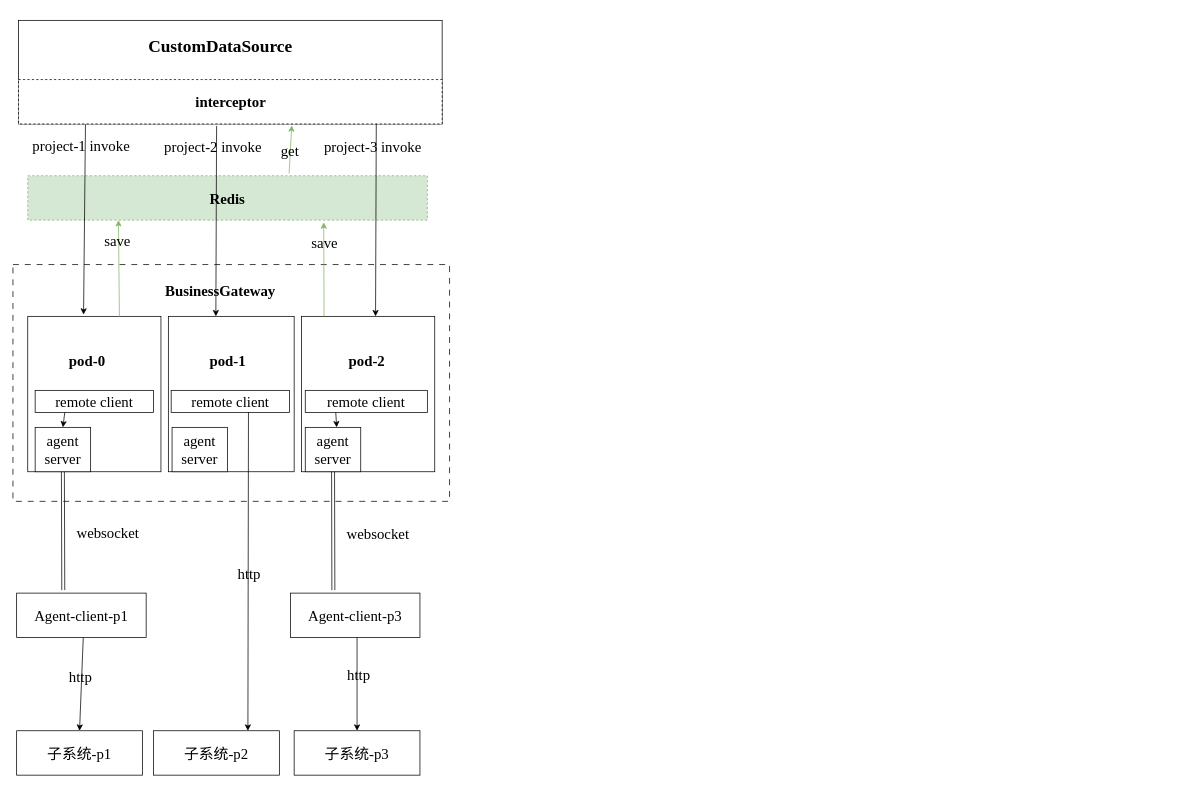
Earlier version of the draw.io diagram 数据源内网方案详细技术流程图.drawio (876192453/draw). Source tidied: cells renumbered, new cells numbered last; positions are measured from the earlier drawing's top-left corner, leaving out a move shared by most shapes. Both pictures are drawn from the tidied source at 74%, with x=0, y=0 at pixel (13, 13).
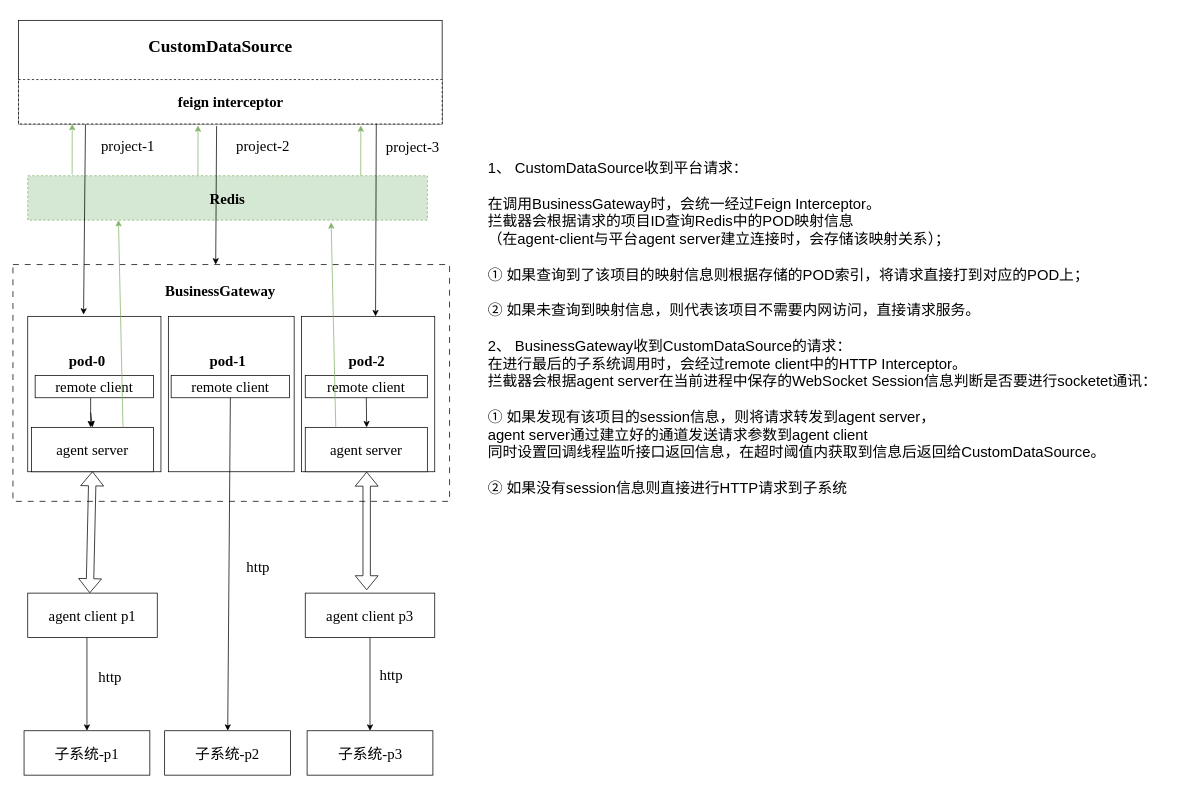
Above is the later version.

Commit message (it also covers changes not shown here):
更新数据源内网方案详细技术流程图.drawio

The change refers to these unchanged cells:
```xml
<mxCell id="5" style="rounded=0;whiteSpace=wrap;html=1;hachureGap=4;fontFamily=Garamond;fontSize=20;labelBorderColor=#B3B3B3;labelBackgroundColor=none;" parent="1" vertex="1">
  <mxGeometry x="20" y="410" width="180" height="210" as="geometry" />
</mxCell>
<mxCell id="6" value="&lt;h3&gt;&lt;font style=&quot;font-size: 20px;&quot;&gt;Redis&lt;/font&gt;&lt;/h3&gt;" style="rounded=0;whiteSpace=wrap;html=1;hachureGap=4;fontFamily=Garamond;fontSize=20;labelBorderColor=none;dashed=1;labelBackgroundColor=none;fillColor=#d5e8d4;strokeColor=#82b366;" parent="1" vertex="1">
  <mxGeometry x="20" y="220" width="540" height="60" as="geometry" />
</mxCell>
<mxCell id="9" style="endArrow=classic;html=1;rounded=0;hachureGap=4;fontFamily=Garamond;fontSize=16;entryX=0.419;entryY=-0.011;entryDx=0;entryDy=0;exitX=0.175;exitY=1.014;exitDx=0;exitDy=0;exitPerimeter=0;entryPerimeter=0;labelBackgroundColor=none;fontColor=default;" parent="1" edge="1" target="5">
  <mxGeometry relative="1" as="geometry">
    <mxPoint x="98" y="150.8" as="sourcePoint" />
  </mxGeometry>
</mxCell>
<mxCell id="46" style="endArrow=classic;html=1;rounded=0;hachureGap=4;fontFamily=Garamond;fontSize=16;exitX=0.175;exitY=1.014;exitDx=0;exitDy=0;exitPerimeter=0;labelBackgroundColor=none;fontColor=default;" parent="1" edge="1">
  <mxGeometry relative="1" as="geometry">
    <mxPoint x="491" y="150" as="sourcePoint" />
    <mxPoint x="490" y="410" as="targetPoint" />
  </mxGeometry>
</mxCell>
```

Change to the diagram source:
```diff
@@
-    <mxCell id="8" value="Agent-client-p1" style="rounded=0;whiteSpace=wrap;html=1;hachureGap=4;fontFamily=Garamond;fontSize=20;labelBackgroundColor=none;" parent="1" vertex="1">
-      <mxGeometry x="5" y="784" width="175" height="60" as="geometry" />
+    <mxCell id="8" value="agent client p1" style="rounded=0;whiteSpace=wrap;html=1;hachureGap=4;fontFamily=Garamond;fontSize=20;labelBackgroundColor=none;" parent="1" vertex="1">
+      <mxGeometry x="20" y="784" width="175" height="60" as="geometry" />
     </mxCell>
@@
-    <mxCell id="10" value="project-1 invoke" style="edgeLabel;html=1;align=center;verticalAlign=middle;fontSize=20;fontFamily=Garamond;rounded=0;labelBackgroundColor=none;" parent="9" vertex="1">
+    <mxCell id="10" value="project-1" style="edgeLabel;html=1;align=center;verticalAlign=middle;fontSize=20;fontFamily=Garamond;rounded=0;labelBackgroundColor=none;" parent="9" vertex="1">
       <mxGeometry x="-0.12" y="1" relative="1" as="geometry">
-        <mxPoint x="-6" y="-85" as="offset" />
+        <mxPoint x="57" y="-85" as="offset" />
       </mxGeometry>
     </mxCell>
     <mxCell id="11" value="agent server" style="rounded=0;whiteSpace=wrap;html=1;hachureGap=4;fontFamily=Garamond;fontSize=20;labelBackgroundColor=none;" parent="1" vertex="1">
-      <mxGeometry x="30" y="560" width="75" height="60" as="geometry" />
+      <mxGeometry x="25" y="560" width="165" height="60" as="geometry" />
     </mxCell>
+    <mxCell id="49" style="edgeStyle=orthogonalEdgeStyle;rounded=0;jettySize=auto;html=1;" parent="1" edge="1" source="12" target="11">
+      <mxGeometry relative="1" as="geometry">
+        <Array as="points">
+          <mxPoint x="105" y="530" />
+          <mxPoint x="105" y="530" />
+        </Array>
+      </mxGeometry>
+    </mxCell>
     <mxCell id="12" value="remote client" style="rounded=0;whiteSpace=wrap;html=1;hachureGap=4;fontFamily=Garamond;fontSize=20;labelBackgroundColor=none;" parent="1" vertex="1">
-      <mxGeometry x="30" y="510" width="160" height="30" as="geometry" />
+      <mxGeometry x="30" y="490" width="160" height="30" as="geometry" />
     </mxCell>
-    <mxCell id="13" value="agent server" style="rounded=0;whiteSpace=wrap;html=1;hachureGap=4;fontFamily=Garamond;fontSize=20;labelBackgroundColor=none;" parent="1" vertex="1">
-      <mxGeometry x="215" y="560" width="75" height="60" as="geometry" />
-    </mxCell>
     <mxCell id="14" value="remote client" style="rounded=0;whiteSpace=wrap;html=1;hachureGap=4;fontFamily=Garamond;fontSize=20;labelBackgroundColor=none;" parent="1" vertex="1">
-      <mxGeometry x="213.8" y="510" width="160" height="30" as="geometry" />
+      <mxGeometry x="213.8" y="490" width="160" height="30" as="geometry" />
     </mxCell>
     <mxCell id="15" value="agent server" style="rounded=0;whiteSpace=wrap;html=1;hachureGap=4;fontFamily=Garamond;fontSize=20;labelBackgroundColor=none;" parent="1" vertex="1">
-      <mxGeometry x="395" y="560" width="75" height="60" as="geometry" />
+      <mxGeometry x="395" y="560" width="165" height="60" as="geometry" />
     </mxCell>
     <mxCell id="16" value="remote client" style="rounded=0;whiteSpace=wrap;html=1;hachureGap=4;fontFamily=Garamond;fontSize=20;labelBackgroundColor=none;" parent="1" vertex="1">
-      <mxGeometry x="395" y="510" width="165" height="30" as="geometry" />
+      <mxGeometry x="395" y="490" width="165" height="30" as="geometry" />
     </mxCell>
-    <mxCell id="17" value="Agent-client-p3" style="rounded=0;whiteSpace=wrap;html=1;hachureGap=4;fontFamily=Garamond;fontSize=20;labelBackgroundColor=none;" parent="1" vertex="1">
-      <mxGeometry x="375" y="784" width="175" height="60" as="geometry" />
+    <mxCell id="17" value="agent client p3" style="rounded=0;whiteSpace=wrap;html=1;hachureGap=4;fontFamily=Garamond;fontSize=20;labelBackgroundColor=none;" parent="1" vertex="1">
+      <mxGeometry x="395" y="784" width="175" height="60" as="geometry" />
     </mxCell>
-    <mxCell id="18" style="endArrow=classic;startArrow=classic;html=1;rounded=0;hachureGap=4;fontFamily=Garamond;fontSize=16;entryX=0.5;entryY=1;entryDx=0;entryDy=0;labelBackgroundColor=none;fontColor=default;shape=link;" parent="1" edge="1" target="11">
+    <mxCell id="18" style="endArrow=classic;startArrow=classic;html=1;rounded=0;hachureGap=4;fontFamily=Garamond;fontSize=16;entryX=0.5;entryY=0.992;entryDx=0;entryDy=0;labelBackgroundColor=none;fontColor=default;shape=flexArrow;entryPerimeter=0;" parent="1" edge="1" target="11">
       <mxGeometry relative="1" as="geometry">
-        <mxPoint x="68" y="780" as="sourcePoint" />
+        <mxPoint x="103.8" y="784" as="sourcePoint" />
       </mxGeometry>
     </mxCell>
-    <mxCell id="19" value="websocket" style="edgeLabel;html=1;align=center;verticalAlign=middle;fontSize=20;fontFamily=Garamond;rounded=0;labelBackgroundColor=none;" parent="18" vertex="1">
-      <mxGeometry x="-0.01" y="2" relative="1" as="geometry">
-        <mxPoint x="62" as="offset" />
-      </mxGeometry>
-    </mxCell>
-    <mxCell id="20" style="endArrow=classic;startArrow=classic;html=1;rounded=0;hachureGap=4;fontFamily=Garamond;fontSize=16;labelBackgroundColor=none;fontColor=default;shape=link;" parent="1" edge="1" target="15">
+    <mxCell id="20" style="endArrow=classic;startArrow=classic;html=1;rounded=0;hachureGap=4;fontFamily=Garamond;fontSize=16;labelBackgroundColor=none;fontColor=default;shape=flexArrow;" parent="1" edge="1">
       <mxGeometry relative="1" as="geometry">
-        <mxPoint x="433" y="780" as="sourcePoint" />
+        <mxPoint x="478" y="780" as="sourcePoint" />
+        <mxPoint x="478" y="620" as="targetPoint" />
       </mxGeometry>
     </mxCell>
-    <mxCell id="21" value="websocket" style="edgeLabel;html=1;align=center;verticalAlign=middle;fontSize=20;fontFamily=Garamond;rounded=0;labelBackgroundColor=none;" parent="20" vertex="1">
-      <mxGeometry x="-0.05" y="-3" relative="1" as="geometry">
-        <mxPoint x="57" as="offset" />
-      </mxGeometry>
-    </mxCell>
-    <mxCell id="22" style="endArrow=classic;html=1;rounded=0;hachureGap=4;fontFamily=Garamond;fontSize=16;entryX=0.703;entryY=1.05;entryDx=0;entryDy=0;entryPerimeter=0;labelBackgroundColor=none;fontColor=default;fillColor=#d5e8d4;strokeColor=#82b366;" parent="1" edge="1">
+    <mxCell id="22" style="endArrow=classic;html=1;rounded=0;hachureGap=4;fontFamily=Garamond;fontSize=16;labelBackgroundColor=none;fontColor=default;fillColor=#d5e8d4;strokeColor=#82b366;exitX=0.25;exitY=0;exitDx=0;exitDy=0;" parent="1" edge="1" source="15">
       <mxGeometry relative="1" as="geometry">
-        <mxPoint x="420.4" y="410" as="sourcePoint" />
-        <mxPoint x="420" y="283" as="targetPoint" />
+        <mxPoint x="430" y="283" as="targetPoint" />
       </mxGeometry>
     </mxCell>
-    <mxCell id="23" value="save" style="edgeLabel;html=1;align=center;verticalAlign=middle;fontSize=20;fontFamily=Garamond;rounded=0;labelBackgroundColor=none;" parent="22" vertex="1">
-      <mxGeometry x="0.61" relative="1" as="geometry">
-        <mxPoint y="1" as="offset" />
-      </mxGeometry>
-    </mxCell>
-    <mxCell id="24" style="endArrow=classic;html=1;rounded=0;hachureGap=4;fontFamily=Garamond;fontSize=16;entryX=0.227;entryY=0.999;entryDx=0;entryDy=0;entryPerimeter=0;exitX=0.688;exitY=0.003;exitDx=0;exitDy=0;exitPerimeter=0;labelBackgroundColor=none;fontColor=default;fillColor=#d5e8d4;strokeColor=#82b366;" parent="1" edge="1" source="5" target="6">
+    <mxCell id="24" style="endArrow=classic;html=1;rounded=0;hachureGap=4;fontFamily=Garamond;fontSize=16;entryX=0.227;entryY=0.999;entryDx=0;entryDy=0;entryPerimeter=0;exitX=0.75;exitY=0;exitDx=0;exitDy=0;labelBackgroundColor=none;fontColor=default;fillColor=#d5e8d4;strokeColor=#82b366;" parent="1" edge="1" source="11" target="6">
       <mxGeometry relative="1" as="geometry" />
     </mxCell>
-    <mxCell id="25" value="save" style="edgeLabel;html=1;align=center;verticalAlign=middle;fontSize=20;fontFamily=Garamond;rounded=0;labelBackgroundColor=none;" parent="24" vertex="1">
-      <mxGeometry x="0.6" y="2" relative="1" as="geometry">
-        <mxPoint y="1" as="offset" />
-      </mxGeometry>
-    </mxCell>
-    <mxCell id="26" style="endArrow=classic;html=1;rounded=0;hachureGap=4;fontFamily=Garamond;fontSize=16;exitX=0.654;exitY=-0.053;exitDx=0;exitDy=0;exitPerimeter=0;labelBackgroundColor=none;fontColor=default;fillColor=#d5e8d4;strokeColor=#82b366;entryX=0.645;entryY=1.033;entryDx=0;entryDy=0;entryPerimeter=0;" parent="1" edge="1" source="6" target="32">
-      <mxGeometry relative="1" as="geometry" />
+    <mxCell id="26" style="endArrow=classic;html=1;rounded=0;hachureGap=4;fontFamily=Garamond;fontSize=16;labelBackgroundColor=none;fontColor=default;fillColor=#d5e8d4;strokeColor=#82b366;entryX=0.687;entryY=1.033;entryDx=0;entryDy=0;entryPerimeter=0;exitX=0.705;exitY=0;exitDx=0;exitDy=0;exitPerimeter=0;" parent="1" edge="1">
+      <mxGeometry relative="1" as="geometry">
+        <mxPoint x="250" y="220" as="sourcePoint" />
+        <mxPoint x="250.1" y="152" as="targetPoint" />
+      </mxGeometry>
     </mxCell>
-    <mxCell id="27" value="get" style="edgeLabel;html=1;align=center;verticalAlign=middle;fontSize=20;fontFamily=Garamond;rounded=0;labelBackgroundColor=none;" parent="26" vertex="1">
-      <mxGeometry x="-0.05" y="1" relative="1" as="geometry" />
-    </mxCell>
     <mxCell id="28" value="子系统-p1" style="rounded=0;whiteSpace=wrap;html=1;hachureGap=4;fontFamily=Garamond;fontSize=20;labelBackgroundColor=none;" parent="1" vertex="1">
-      <mxGeometry x="5" y="970" width="170" height="60" as="geometry" />
+      <mxGeometry x="15" y="970" width="170" height="60" as="geometry" />
     </mxCell>
     <mxCell id="29" value="子系统-p3" style="rounded=0;whiteSpace=wrap;html=1;hachureGap=4;fontFamily=Garamond;fontSize=20;labelBackgroundColor=none;" parent="1" vertex="1">
-      <mxGeometry x="380" y="970" width="170" height="60" as="geometry" />
+      <mxGeometry x="397.5" y="970" width="170" height="60" as="geometry" />
     </mxCell>
@@
     <mxCell id="31" value="子系统-p2" style="rounded=0;whiteSpace=wrap;html=1;hachureGap=4;fontFamily=Garamond;fontSize=20;labelBackgroundColor=none;" parent="1" vertex="1">
-      <mxGeometry x="190" y="970" width="170" height="60" as="geometry" />
+      <mxGeometry x="205" y="970" width="170" height="60" as="geometry" />
     </mxCell>
-    <mxCell id="32" value="&lt;h4&gt;interceptor&lt;/h4&gt;" style="rounded=0;whiteSpace=wrap;html=1;hachureGap=4;fontFamily=Garamond;fontSize=20;labelBackgroundColor=none;dashed=1;" parent="1" vertex="1">
+    <mxCell id="32" value="&lt;h4&gt;feign interceptor&lt;/h4&gt;" style="rounded=0;whiteSpace=wrap;html=1;hachureGap=4;fontFamily=Garamond;fontSize=20;labelBackgroundColor=none;dashed=1;" parent="1" vertex="1">
       <mxGeometry x="7.5" y="90" width="572.5" height="60" as="geometry" />
     </mxCell>
@@
-    <mxCell id="34" style="endArrow=classic;html=1;rounded=0;hachureGap=4;fontFamily=Garamond;fontSize=16;entryX=0.75;entryY=0;entryDx=0;entryDy=0;labelBackgroundColor=none;fontColor=default;exitX=0.653;exitY=0.983;exitDx=0;exitDy=0;exitPerimeter=0;" parent="1" edge="1" source="14" target="31">
+    <mxCell id="34" style="endArrow=classic;html=1;rounded=0;hachureGap=4;fontFamily=Garamond;fontSize=16;labelBackgroundColor=none;fontColor=default;exitX=0.5;exitY=1;exitDx=0;exitDy=0;" parent="1" edge="1" source="14" target="31">
       <mxGeometry relative="1" as="geometry" />
     </mxCell>
     <mxCell id="35" value="http" style="edgeLabel;html=1;align=center;verticalAlign=middle;fontSize=20;fontFamily=Garamond;rounded=0;labelBackgroundColor=none;" parent="34" vertex="1">
-      <mxGeometry x="0.01" y="1" relative="1" as="geometry" />
+      <mxGeometry x="0.01" y="1" relative="1" as="geometry">
+        <mxPoint x="37" as="offset" />
+      </mxGeometry>
     </mxCell>
     <mxCell id="36" style="endArrow=classic;html=1;rounded=0;hachureGap=4;fontFamily=Garamond;fontSize=16;entryX=0.5;entryY=0;entryDx=0;entryDy=0;labelBackgroundColor=none;fontColor=default;" parent="1" edge="1" target="28">
       <mxGeometry relative="1" as="geometry">
-        <mxPoint x="95" y="844" as="sourcePoint" />
+        <mxPoint x="100" y="844" as="sourcePoint" />
       </mxGeometry>
     </mxCell>
     <mxCell id="37" value="http" style="edgeLabel;html=1;align=center;verticalAlign=middle;fontSize=20;fontFamily=Garamond;rounded=0;labelBackgroundColor=none;" parent="36" vertex="1">
-      <mxGeometry x="-0.17" y="-2" relative="1" as="geometry" />
+      <mxGeometry x="-0.17" y="-2" relative="1" as="geometry">
+        <mxPoint x="32" as="offset" />
+      </mxGeometry>
     </mxCell>
-    <mxCell id="38" style="endArrow=classic;html=1;rounded=0;hachureGap=4;fontFamily=Garamond;fontSize=16;entryX=0.5;entryY=0;entryDx=0;entryDy=0;labelBackgroundColor=none;fontColor=default;" parent="1" edge="1" target="29">
-      <mxGeometry relative="1" as="geometry">
-        <mxPoint x="465" y="844" as="sourcePoint" />
-      </mxGeometry>
+    <mxCell id="38" style="endArrow=classic;html=1;rounded=0;hachureGap=4;fontFamily=Garamond;fontSize=16;entryX=0.5;entryY=0;entryDx=0;entryDy=0;labelBackgroundColor=none;fontColor=default;exitX=0.5;exitY=1;exitDx=0;exitDy=0;" parent="1" edge="1" source="17" target="29">
+      <mxGeometry relative="1" as="geometry" />
     </mxCell>
     <mxCell id="39" value="http" style="edgeLabel;html=1;align=center;verticalAlign=middle;fontSize=20;fontFamily=Garamond;rounded=0;labelBackgroundColor=none;" parent="38" vertex="1">
-      <mxGeometry x="-0.23" y="1" relative="1" as="geometry" />
+      <mxGeometry x="-0.23" y="1" relative="1" as="geometry">
+        <mxPoint x="27" as="offset" />
+      </mxGeometry>
     </mxCell>
-    <mxCell id="40" style="endArrow=classic;html=1;rounded=0;hachureGap=4;fontFamily=Garamond;fontSize=16;entryX=0.5;entryY=0;entryDx=0;entryDy=0;exitX=0.25;exitY=1;exitDx=0;exitDy=0;labelBackgroundColor=none;fontColor=default;" parent="1" edge="1" source="12" target="11">
-      <mxGeometry relative="1" as="geometry" />
+    <mxCell id="40" style="endArrow=classic;html=1;rounded=0;hachureGap=4;fontFamily=Garamond;fontSize=16;entryX=0.5;entryY=0;entryDx=0;entryDy=0;labelBackgroundColor=none;fontColor=default;" parent="1" edge="1" target="11">
+      <mxGeometry relative="1" as="geometry">
+        <mxPoint x="105" y="540" as="sourcePoint" />
+      </mxGeometry>
     </mxCell>
@@
-    <mxCell id="44" style="endArrow=classic;html=1;rounded=0;hachureGap=4;fontFamily=Garamond;fontSize=16;entryX=0.419;entryY=-0.011;entryDx=0;entryDy=0;exitX=0.175;exitY=1.014;exitDx=0;exitDy=0;exitPerimeter=0;entryPerimeter=0;labelBackgroundColor=none;fontColor=default;" parent="1" edge="1">
-      <mxGeometry relative="1" as="geometry">
-        <mxPoint x="275.2" y="152.8" as="sourcePoint" />
-        <mxPoint x="274.2" y="410" as="targetPoint" />
-      </mxGeometry>
-    </mxCell>
-    <mxCell id="45" value="project-2 invoke" style="edgeLabel;html=1;align=center;verticalAlign=middle;fontSize=20;fontFamily=Garamond;rounded=0;labelBackgroundColor=none;" parent="44" vertex="1">
-      <mxGeometry x="-0.12" y="1" relative="1" as="geometry">
-        <mxPoint x="-6" y="-85" as="offset" />
-      </mxGeometry>
-    </mxCell>
@@
-    <mxCell id="47" value="project-3 invoke" style="edgeLabel;html=1;align=center;verticalAlign=middle;fontSize=20;fontFamily=Garamond;rounded=0;labelBackgroundColor=none;" parent="46" vertex="1">
+    <mxCell id="47" value="project-3" style="edgeLabel;html=1;align=center;verticalAlign=middle;fontSize=20;fontFamily=Garamond;rounded=0;labelBackgroundColor=none;" parent="46" vertex="1">
       <mxGeometry x="-0.12" y="1" relative="1" as="geometry">
-        <mxPoint x="-6" y="-85" as="offset" />
+        <mxPoint x="48" y="-85" as="offset" />
       </mxGeometry>
     </mxCell>
-    <mxCell id="48" style="endArrow=classic;html=1;rounded=0;hachureGap=4;fontFamily=Garamond;fontSize=16;entryX=1;entryY=0.5;entryDx=0;entryDy=0;exitX=0.25;exitY=1;exitDx=0;exitDy=0;labelBackgroundColor=none;fontColor=default;" parent="1" edge="1" source="16">
+    <mxCell id="48" style="endArrow=classic;html=1;rounded=0;hachureGap=4;fontFamily=Garamond;fontSize=16;exitX=0.5;exitY=1;exitDx=0;exitDy=0;labelBackgroundColor=none;fontColor=default;" parent="1" edge="1" source="16">
       <mxGeometry relative="1" as="geometry">
-        <mxPoint x="437.5" y="560" as="targetPoint" />
+        <mxPoint x="478" y="560" as="targetPoint" />
+        <Array as="points">
+          <mxPoint x="478" y="560" />
+        </Array>
       </mxGeometry>
     </mxCell>
+    <mxCell id="50" value="&lt;font style=&quot;font-size: 20px;&quot;&gt;1、 CustomDataSource收到平台请求：&lt;br&gt;&lt;br&gt;在调用BusinessGateway时，会统一经过Feign Interceptor。&lt;br&gt;拦截器会根据请求的项目ID查询Redis中的POD映射信息&lt;br&gt;（在agent-client与平台agent server建立连接时，会存储该映射关系）；&lt;br&gt;&lt;br&gt;① 如果查询到了该项目的映射信息则根据存储的POD索引，将请求直接打到对应的POD上；&lt;br&gt;&lt;br&gt;② 如果未查询到映射信息，则代表该项目不需要内网访问，直接请求服务。&lt;br&gt;&lt;br&gt;2、 BusinessGateway收到CustomDataSource的请求：&lt;br&gt;在进行最后的子系统调用时，会经过remote client中的HTTP Interceptor。&lt;br&gt;拦截器会根据agent server在当前进程中保存的WebSocket Session信息判断是否要进行socketet通讯：&lt;br&gt;&lt;br&gt;① 如果发现有该项目的session信息，则将请求转发到agent server，&lt;br&gt;agent server通过建立好的通道发送请求参数到agent client&lt;br&gt;同时设置回调线程监听接口返回信息，在超时阈值内获取到信息后返回给CustomDataSource。&lt;br&gt;&lt;br&gt;② 如果没有session信息则直接进行HTTP请求到子系统&lt;br&gt;&lt;/font&gt;" style="text;html=1;align=left;verticalAlign=middle;strokeColor=none;fillColor=none;" parent="1" vertex="1">
+      <mxGeometry x="640" y="190" width="930" height="470" as="geometry" />
+    </mxCell>
+    <mxCell id="51" style="endArrow=classic;html=1;rounded=0;hachureGap=4;fontFamily=Garamond;fontSize=16;labelBackgroundColor=none;fontColor=default;fillColor=#d5e8d4;strokeColor=#82b366;entryX=0.687;entryY=1.033;entryDx=0;entryDy=0;entryPerimeter=0;exitX=0.705;exitY=0;exitDx=0;exitDy=0;exitPerimeter=0;" parent="1" edge="1">
+      <mxGeometry relative="1" as="geometry">
+        <mxPoint x="470" y="220" as="sourcePoint" />
+        <mxPoint x="470.1" y="152" as="targetPoint" />
+      </mxGeometry>
+    </mxCell>
+    <mxCell id="52" style="endArrow=classic;html=1;rounded=0;hachureGap=4;fontFamily=Garamond;fontSize=16;labelBackgroundColor=none;fontColor=default;fillColor=#d5e8d4;strokeColor=#82b366;entryX=0.687;entryY=1.033;entryDx=0;entryDy=0;entryPerimeter=0;exitX=0.705;exitY=0;exitDx=0;exitDy=0;exitPerimeter=0;" parent="1" edge="1">
+      <mxGeometry relative="1" as="geometry">
+        <mxPoint x="80" y="218" as="sourcePoint" />
+        <mxPoint x="80.1" y="150" as="targetPoint" />
+      </mxGeometry>
+    </mxCell>
+    <mxCell id="44" style="endArrow=classic;html=1;rounded=0;hachureGap=4;fontFamily=Garamond;fontSize=16;exitX=0.175;exitY=1.014;exitDx=0;exitDy=0;exitPerimeter=0;labelBackgroundColor=none;fontColor=default;textOpacity=80;" parent="1" edge="1">
+      <mxGeometry relative="1" as="geometry">
+        <mxPoint x="275.2" y="152.8" as="sourcePoint" />
+        <mxPoint x="274" y="340" as="targetPoint" />
+      </mxGeometry>
+    </mxCell>
+    <mxCell id="45" value="project-2&amp;nbsp;" style="edgeLabel;html=1;align=center;verticalAlign=middle;fontSize=20;fontFamily=Garamond;rounded=0;labelBackgroundColor=none;" parent="44" vertex="1">
+      <mxGeometry x="-0.12" y="1" relative="1" as="geometry">
+        <mxPoint x="64" y="-56" as="offset" />
+      </mxGeometry>
+    </mxCell>
```
